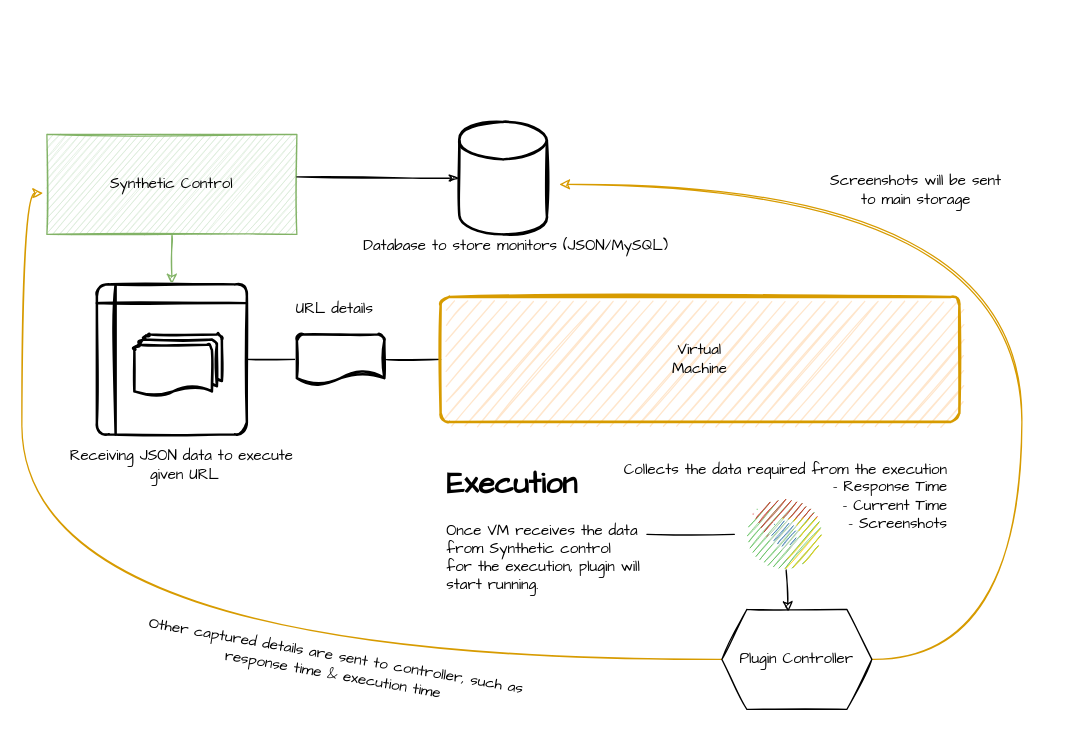
Before: page "Execution" (2 of 3) of Untitled Diagram.drawio in theharithsa/theharithsa, a draw.io diagram. Source tidied: cells renumbered, new cells numbered last; positions are measured from the earlier drawing's top-left corner, leaving out a move shared by most shapes. Both pictures are drawn from the tidied source at 125%, with x=0, y=0 at pixel (21, 121).
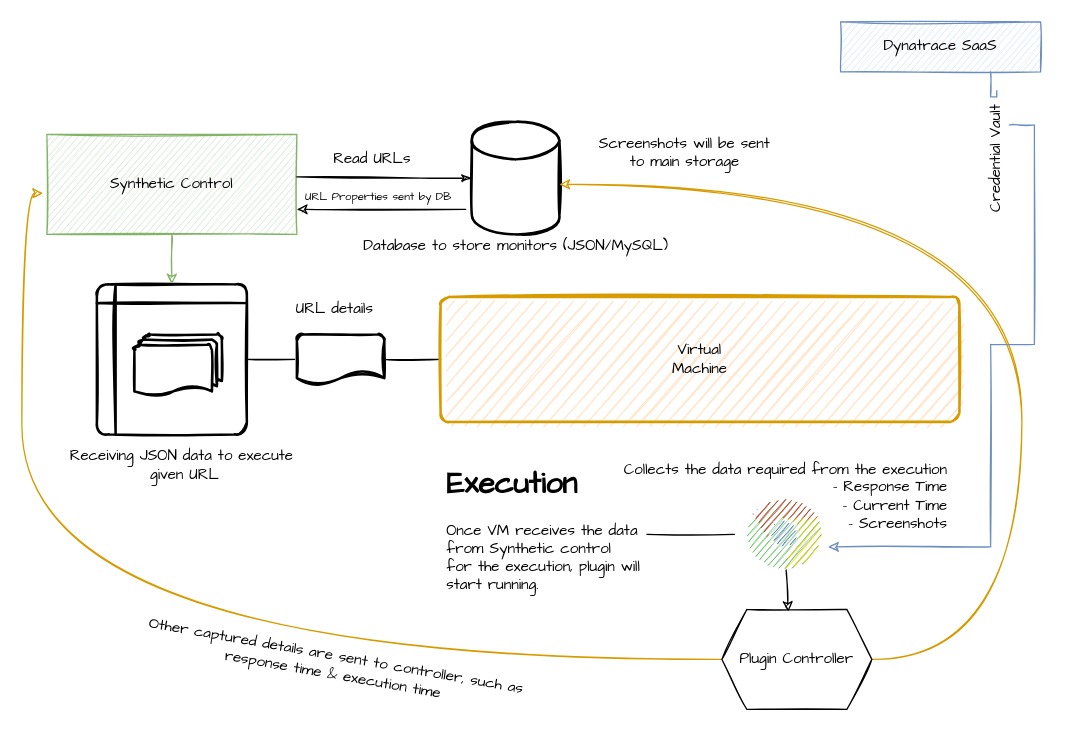
The same diagram, later.

Commit message:
Added Synthetic Controller

Unchanged cells that the change refers to:
```xml
<mxCell id="3" value="&lt;span style=&quot;color: rgb(0 , 0 , 0) ; font-size: 12px ; font-style: normal ; font-weight: 400 ; letter-spacing: normal ; text-align: center ; text-indent: 0px ; text-transform: none ; word-spacing: 0px ; display: inline ; float: none&quot;&gt;Synthetic Control&lt;/span&gt;" style="rounded=0;whiteSpace=wrap;html=1;fillColor=#d5e8d4;strokeColor=#82b366;labelBackgroundColor=none;sketch=1;fontFamily=Comic Sans MS;" parent="1" vertex="1">
  <mxGeometry x="20" y="10" width="200" height="80" as="geometry" />
</mxCell>
```

The edit, as a diff of the source:
```diff
@@
+    <mxCell id="25" style="edgeStyle=orthogonalEdgeStyle;rounded=0;sketch=1;jettySize=auto;html=1;exitX=1;exitY=0.75;exitDx=0;exitDy=0;entryX=-0.071;entryY=0.778;entryDx=0;entryDy=0;entryPerimeter=0;fontFamily=Comic Sans MS;fontSize=12;startArrow=classic;startFill=1;endArrow=none;endFill=0;" parent="1" edge="1" source="3" target="8">
+      <mxGeometry relative="1" as="geometry" />
+    </mxCell>
@@
     <mxCell id="8" style="strokeWidth=2;html=1;shape=mxgraph.flowchart.database;whiteSpace=wrap;labelBackgroundColor=none;sketch=1;fontFamily=Comic Sans MS;fontSize=12;gradientColor=none;" parent="1" vertex="1">
-      <mxGeometry x="350" width="70" height="90" as="geometry" />
+      <mxGeometry x="360" width="70" height="90" as="geometry" />
     </mxCell>
@@
     <mxCell id="22" value="Screenshots will be sent &lt;br&gt;to main storage" style="text;html=1;align=center;verticalAlign=middle;strokeColor=none;fontSize=12;fontFamily=Comic Sans MS;" parent="1" vertex="1">
-      <mxGeometry x="640" y="40" width="150" height="30" as="geometry" />
+      <mxGeometry x="455" y="10" width="150" height="30" as="geometry" />
     </mxCell>
@@
+    <mxCell id="26" value="Read URLs" style="text;html=1;align=center;verticalAlign=middle;strokeColor=none;fontSize=12;fontFamily=Comic Sans MS;" parent="1" vertex="1">
+      <mxGeometry x="240" y="20" width="80" height="20" as="geometry" />
+    </mxCell>
+    <mxCell id="27" value="&lt;font style=&quot;font-size: 9px&quot;&gt;URL Properties sent by DB&lt;/font&gt;" style="text;html=1;align=center;verticalAlign=middle;strokeColor=none;fontSize=12;fontFamily=Comic Sans MS;" parent="1" vertex="1">
+      <mxGeometry x="220" y="50" width="130" height="20" as="geometry" />
+    </mxCell>
+    <mxCell id="28" style="edgeStyle=orthogonalEdgeStyle;rounded=0;sketch=1;jettySize=auto;html=1;exitX=0.75;exitY=1;exitDx=0;exitDy=0;fontFamily=Comic Sans MS;fontSize=12;startArrow=none;startFill=0;endArrow=classic;endFill=1;fillColor=#dae8fc;strokeColor=#6c8ebf;" parent="1" edge="1" source="30">
+      <mxGeometry relative="1" as="geometry">
+        <mxPoint x="645" y="340" as="targetPoint" />
+        <Array as="points">
+          <mxPoint x="810" y="3" />
+          <mxPoint x="810" y="178" />
+          <mxPoint x="775" y="178" />
+          <mxPoint x="775" y="340" />
+        </Array>
+      </mxGeometry>
+    </mxCell>
+    <mxCell id="29" value="Dynatrace SaaS" style="rounded=0;whiteSpace=wrap;html=1;shadow=0;glass=0;labelBackgroundColor=none;sketch=1;fontFamily=Comic Sans MS;fontSize=12;fillColor=#dae8fc;strokeColor=#6c8ebf;" parent="1" vertex="1">
+      <mxGeometry x="655" y="-80" width="160" height="40" as="geometry" />
+    </mxCell>
+    <mxCell id="30" value="Credential Vault" style="text;html=1;align=center;verticalAlign=middle;points=[];strokeColor=none;fontSize=12;fontFamily=Comic Sans MS;rotation=-90;" parent="1" vertex="1">
+      <mxGeometry x="725" y="20" width="110" height="20" as="geometry" />
+    </mxCell>
+    <mxCell id="31" style="edgeStyle=orthogonalEdgeStyle;rounded=0;sketch=1;jettySize=auto;html=1;exitX=0.75;exitY=1;exitDx=0;exitDy=0;fontFamily=Comic Sans MS;fontSize=12;startArrow=none;startFill=0;endArrow=none;endFill=1;fillColor=#dae8fc;strokeColor=#6c8ebf;" parent="1" edge="1" source="29" target="30">
+      <mxGeometry relative="1" as="geometry" />
+    </mxCell>
```
